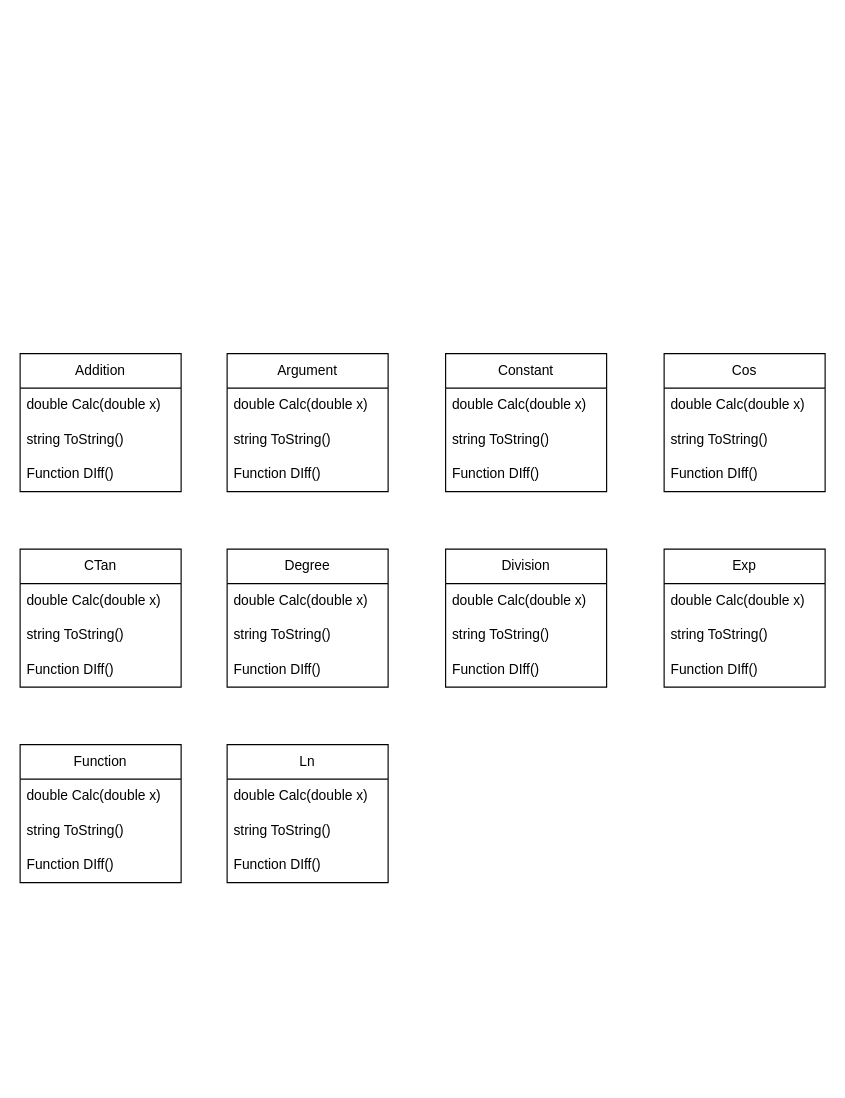
JeffTheK/Lab_3 keeps this draw.io diagram as Lab_3.drawio. Above is the earlier version. Source tidied: cells renumbered, new cells numbered last; positions are measured from the earlier drawing's top-left corner, leaving out a move shared by most shapes. Both pictures are drawn from the tidied source at 115%, with x=0, y=0 at pixel (20, 353).
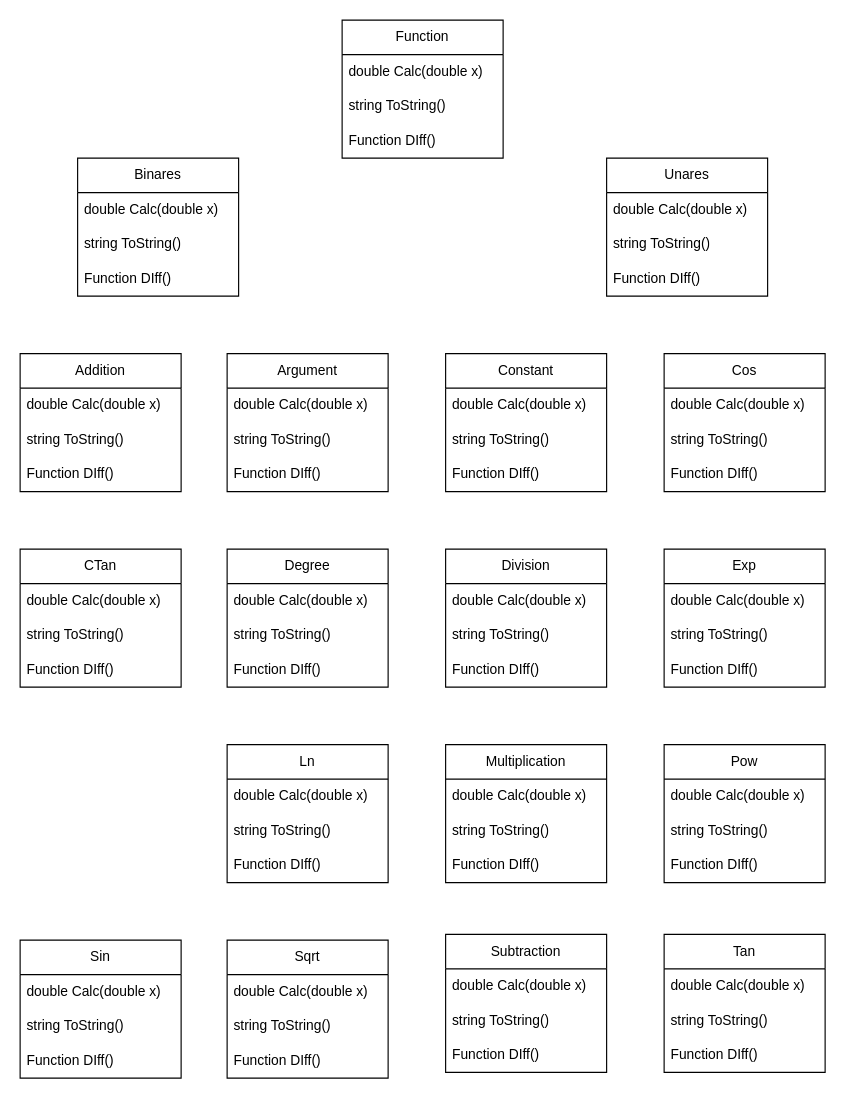
After the change.

Change to the diagram source:
```diff
@@
     <mxCell id="34" value="Function" style="swimlane;fontStyle=0;horizontal=1;startSize=30;whiteSpace=wrap;html=1;" parent="1" vertex="1">
-      <mxGeometry y="340" width="140" height="120" as="geometry" />
+      <mxGeometry x="280" y="-290" width="140" height="120" as="geometry" />
     </mxCell>
@@
+    <mxCell id="42" value="Multiplication" style="swimlane;fontStyle=0;horizontal=1;startSize=30;whiteSpace=wrap;html=1;" parent="1" vertex="1">
+      <mxGeometry x="370" y="340" width="140" height="120" as="geometry" />
+    </mxCell>
+    <mxCell id="43" value="double Calc(double x)" style="text;strokeColor=none;fillColor=none;align=left;verticalAlign=middle;spacingLeft=4;spacingRight=4;overflow=hidden;whiteSpace=wrap;html=1;" parent="42" vertex="1">
+      <mxGeometry y="30" width="140" height="30" as="geometry" />
+    </mxCell>
+    <mxCell id="44" value="string ToString()" style="text;strokeColor=none;fillColor=none;align=left;verticalAlign=middle;spacingLeft=4;spacingRight=4;overflow=hidden;whiteSpace=wrap;html=1;" parent="42" vertex="1">
+      <mxGeometry y="60" width="140" height="30" as="geometry" />
+    </mxCell>
+    <mxCell id="45" value="Function DIff()" style="text;strokeColor=none;fillColor=none;align=left;verticalAlign=middle;spacingLeft=4;spacingRight=4;overflow=hidden;whiteSpace=wrap;html=1;" parent="42" vertex="1">
+      <mxGeometry y="90" width="140" height="30" as="geometry" />
+    </mxCell>
+    <mxCell id="46" value="Pow" style="swimlane;fontStyle=0;horizontal=1;startSize=30;whiteSpace=wrap;html=1;" parent="1" vertex="1">
+      <mxGeometry x="560" y="340" width="140" height="120" as="geometry" />
+    </mxCell>
+    <mxCell id="47" value="double Calc(double x)" style="text;strokeColor=none;fillColor=none;align=left;verticalAlign=middle;spacingLeft=4;spacingRight=4;overflow=hidden;whiteSpace=wrap;html=1;" parent="46" vertex="1">
+      <mxGeometry y="30" width="140" height="30" as="geometry" />
+    </mxCell>
+    <mxCell id="48" value="string ToString()" style="text;strokeColor=none;fillColor=none;align=left;verticalAlign=middle;spacingLeft=4;spacingRight=4;overflow=hidden;whiteSpace=wrap;html=1;" parent="46" vertex="1">
+      <mxGeometry y="60" width="140" height="30" as="geometry" />
+    </mxCell>
+    <mxCell id="49" value="Function DIff()" style="text;strokeColor=none;fillColor=none;align=left;verticalAlign=middle;spacingLeft=4;spacingRight=4;overflow=hidden;whiteSpace=wrap;html=1;" parent="46" vertex="1">
+      <mxGeometry y="90" width="140" height="30" as="geometry" />
+    </mxCell>
+    <mxCell id="50" value="Sin" style="swimlane;fontStyle=0;horizontal=1;startSize=30;whiteSpace=wrap;html=1;" parent="1" vertex="1">
+      <mxGeometry y="510" width="140" height="120" as="geometry" />
+    </mxCell>
+    <mxCell id="51" value="double Calc(double x)" style="text;strokeColor=none;fillColor=none;align=left;verticalAlign=middle;spacingLeft=4;spacingRight=4;overflow=hidden;whiteSpace=wrap;html=1;" parent="50" vertex="1">
+      <mxGeometry y="30" width="140" height="30" as="geometry" />
+    </mxCell>
+    <mxCell id="52" value="string ToString()" style="text;strokeColor=none;fillColor=none;align=left;verticalAlign=middle;spacingLeft=4;spacingRight=4;overflow=hidden;whiteSpace=wrap;html=1;" parent="50" vertex="1">
+      <mxGeometry y="60" width="140" height="30" as="geometry" />
+    </mxCell>
+    <mxCell id="53" value="Function DIff()" style="text;strokeColor=none;fillColor=none;align=left;verticalAlign=middle;spacingLeft=4;spacingRight=4;overflow=hidden;whiteSpace=wrap;html=1;" parent="50" vertex="1">
+      <mxGeometry y="90" width="140" height="30" as="geometry" />
+    </mxCell>
+    <mxCell id="54" value="Sqrt" style="swimlane;fontStyle=0;horizontal=1;startSize=30;whiteSpace=wrap;html=1;" parent="1" vertex="1">
+      <mxGeometry x="180" y="510" width="140" height="120" as="geometry" />
+    </mxCell>
+    <mxCell id="55" value="double Calc(double x)" style="text;strokeColor=none;fillColor=none;align=left;verticalAlign=middle;spacingLeft=4;spacingRight=4;overflow=hidden;whiteSpace=wrap;html=1;" parent="54" vertex="1">
+      <mxGeometry y="30" width="140" height="30" as="geometry" />
+    </mxCell>
+    <mxCell id="56" value="string ToString()" style="text;strokeColor=none;fillColor=none;align=left;verticalAlign=middle;spacingLeft=4;spacingRight=4;overflow=hidden;whiteSpace=wrap;html=1;" parent="54" vertex="1">
+      <mxGeometry y="60" width="140" height="30" as="geometry" />
+    </mxCell>
+    <mxCell id="57" value="Function DIff()" style="text;strokeColor=none;fillColor=none;align=left;verticalAlign=middle;spacingLeft=4;spacingRight=4;overflow=hidden;whiteSpace=wrap;html=1;" parent="54" vertex="1">
+      <mxGeometry y="90" width="140" height="30" as="geometry" />
+    </mxCell>
+    <mxCell id="58" value="Subtraction" style="swimlane;fontStyle=0;horizontal=1;startSize=30;whiteSpace=wrap;html=1;" parent="1" vertex="1">
+      <mxGeometry x="370" y="505" width="140" height="120" as="geometry" />
+    </mxCell>
+    <mxCell id="59" value="double Calc(double x)" style="text;strokeColor=none;fillColor=none;align=left;verticalAlign=middle;spacingLeft=4;spacingRight=4;overflow=hidden;whiteSpace=wrap;html=1;" parent="58" vertex="1">
+      <mxGeometry y="30" width="140" height="30" as="geometry" />
+    </mxCell>
+    <mxCell id="60" value="string ToString()" style="text;strokeColor=none;fillColor=none;align=left;verticalAlign=middle;spacingLeft=4;spacingRight=4;overflow=hidden;whiteSpace=wrap;html=1;" parent="58" vertex="1">
+      <mxGeometry y="60" width="140" height="30" as="geometry" />
+    </mxCell>
+    <mxCell id="61" value="Function DIff()" style="text;strokeColor=none;fillColor=none;align=left;verticalAlign=middle;spacingLeft=4;spacingRight=4;overflow=hidden;whiteSpace=wrap;html=1;" parent="58" vertex="1">
+      <mxGeometry y="90" width="140" height="30" as="geometry" />
+    </mxCell>
+    <mxCell id="62" value="Tan" style="swimlane;fontStyle=0;horizontal=1;startSize=30;whiteSpace=wrap;html=1;" parent="1" vertex="1">
+      <mxGeometry x="560" y="505" width="140" height="120" as="geometry" />
+    </mxCell>
+    <mxCell id="63" value="double Calc(double x)" style="text;strokeColor=none;fillColor=none;align=left;verticalAlign=middle;spacingLeft=4;spacingRight=4;overflow=hidden;whiteSpace=wrap;html=1;" parent="62" vertex="1">
+      <mxGeometry y="30" width="140" height="30" as="geometry" />
+    </mxCell>
+    <mxCell id="64" value="string ToString()" style="text;strokeColor=none;fillColor=none;align=left;verticalAlign=middle;spacingLeft=4;spacingRight=4;overflow=hidden;whiteSpace=wrap;html=1;" parent="62" vertex="1">
+      <mxGeometry y="60" width="140" height="30" as="geometry" />
+    </mxCell>
+    <mxCell id="65" value="Function DIff()" style="text;strokeColor=none;fillColor=none;align=left;verticalAlign=middle;spacingLeft=4;spacingRight=4;overflow=hidden;whiteSpace=wrap;html=1;" parent="62" vertex="1">
+      <mxGeometry y="90" width="140" height="30" as="geometry" />
+    </mxCell>
+    <mxCell id="66" value="Binares" style="swimlane;fontStyle=0;horizontal=1;startSize=30;whiteSpace=wrap;html=1;" parent="1" vertex="1">
+      <mxGeometry x="50" y="-170" width="140" height="120" as="geometry" />
+    </mxCell>
+    <mxCell id="67" value="double Calc(double x)" style="text;strokeColor=none;fillColor=none;align=left;verticalAlign=middle;spacingLeft=4;spacingRight=4;overflow=hidden;whiteSpace=wrap;html=1;" parent="66" vertex="1">
+      <mxGeometry y="30" width="140" height="30" as="geometry" />
+    </mxCell>
+    <mxCell id="68" value="string ToString()" style="text;strokeColor=none;fillColor=none;align=left;verticalAlign=middle;spacingLeft=4;spacingRight=4;overflow=hidden;whiteSpace=wrap;html=1;" parent="66" vertex="1">
+      <mxGeometry y="60" width="140" height="30" as="geometry" />
+    </mxCell>
+    <mxCell id="69" value="Function DIff()" style="text;strokeColor=none;fillColor=none;align=left;verticalAlign=middle;spacingLeft=4;spacingRight=4;overflow=hidden;whiteSpace=wrap;html=1;" parent="66" vertex="1">
+      <mxGeometry y="90" width="140" height="30" as="geometry" />
+    </mxCell>
+    <mxCell id="70" value="Unares" style="swimlane;fontStyle=0;horizontal=1;startSize=30;whiteSpace=wrap;html=1;" parent="1" vertex="1">
+      <mxGeometry x="510" y="-170" width="140" height="120" as="geometry" />
+    </mxCell>
+    <mxCell id="71" value="double Calc(double x)" style="text;strokeColor=none;fillColor=none;align=left;verticalAlign=middle;spacingLeft=4;spacingRight=4;overflow=hidden;whiteSpace=wrap;html=1;" parent="70" vertex="1">
+      <mxGeometry y="30" width="140" height="30" as="geometry" />
+    </mxCell>
+    <mxCell id="72" value="string ToString()" style="text;strokeColor=none;fillColor=none;align=left;verticalAlign=middle;spacingLeft=4;spacingRight=4;overflow=hidden;whiteSpace=wrap;html=1;" parent="70" vertex="1">
+      <mxGeometry y="60" width="140" height="30" as="geometry" />
+    </mxCell>
+    <mxCell id="73" value="Function DIff()" style="text;strokeColor=none;fillColor=none;align=left;verticalAlign=middle;spacingLeft=4;spacingRight=4;overflow=hidden;whiteSpace=wrap;html=1;" parent="70" vertex="1">
+      <mxGeometry y="90" width="140" height="30" as="geometry" />
+    </mxCell>
```
